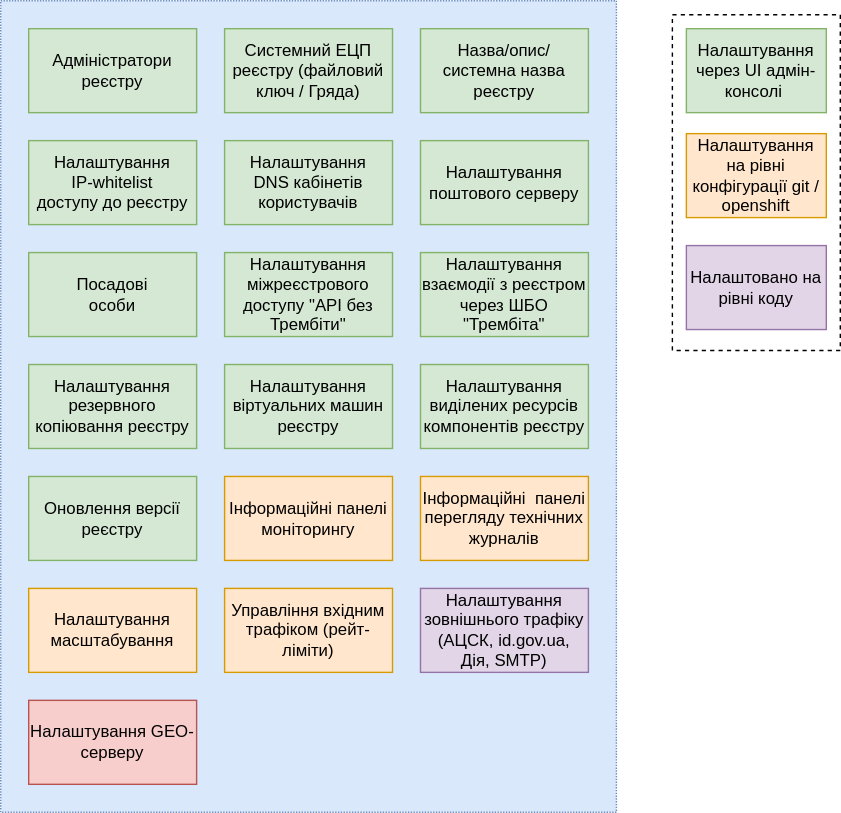
Before: docs/ua/modules/arch/images/architecture/platform/administrative/control-plane/registry-configuration-structure.drawio.svg, a diagram exported from draw.io (epam/edp-ddm-architecture). Source tidied: cells renumbered, new cells last; positions are measured from the earlier drawing's top-left corner, leaving out a move shared by most shapes.
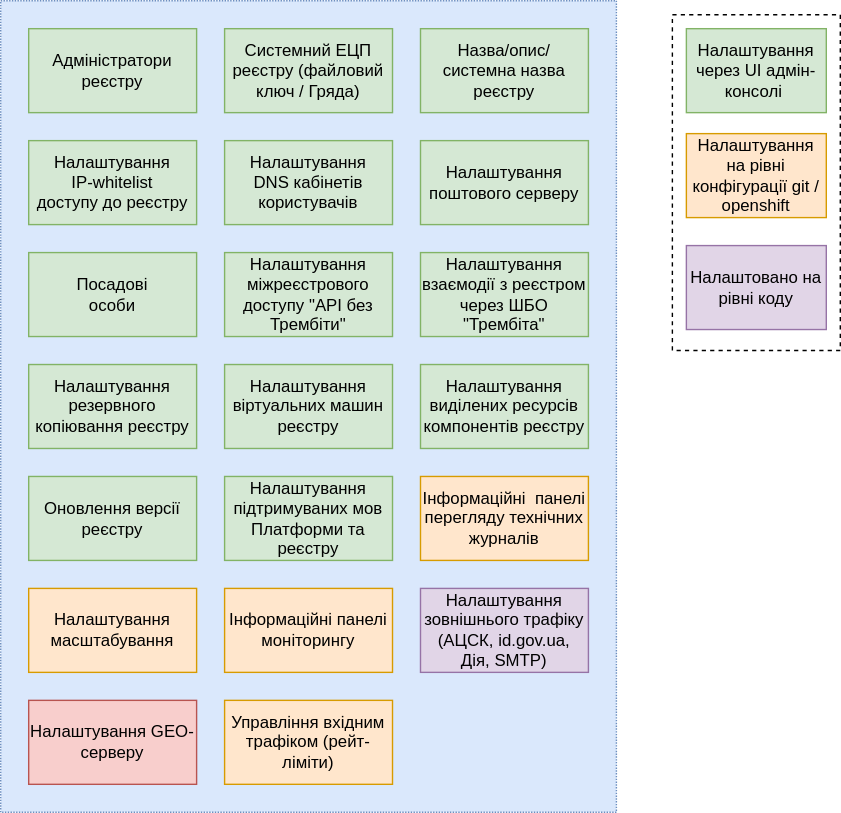
The same diagram one commit later.

Commit message:
[EDP-DDM-31285] Update documentation for user portals, registry/platform i18n configuration and redash dashboards

What changed in the source:
```diff
@@ -12,7 +12,7 @@
       <mxGeometry x="20" y="420" width="120" height="60" as="geometry" />
     </mxCell>
     <mxCell id="5" value="Управління вхідним трафіком (рейт-ліміти)" style="rounded=0;whiteSpace=wrap;html=1;fillColor=#ffe6cc;strokeColor=#d79b00;" parent="1" vertex="1">
-      <mxGeometry x="160" y="420" width="120" height="60" as="geometry" />
+      <mxGeometry x="160" y="500" width="120" height="60" as="geometry" />
     </mxCell>
     <mxCell id="6" value="Системний ЕЦП реєстру (файловий ключ / Гряда)" style="rounded=0;whiteSpace=wrap;html=1;fillColor=#d5e8d4;strokeColor=#82b366;" parent="1" vertex="1">
       <mxGeometry x="160" y="20" width="120" height="60" as="geometry" />
@@ -45,7 +45,7 @@
       <mxGeometry x="20" y="340" width="120" height="60" as="geometry" />
     </mxCell>
     <mxCell id="16" value="Інформаційні панелі моніторингу" style="rounded=0;whiteSpace=wrap;html=1;fillColor=#ffe6cc;strokeColor=#d79b00;" parent="1" vertex="1">
-      <mxGeometry x="160" y="340" width="120" height="60" as="geometry" />
+      <mxGeometry x="160" y="420" width="120" height="60" as="geometry" />
     </mxCell>
     <mxCell id="17" value="Інформаційні&amp;nbsp; панелі перегляду технічних журналів" style="rounded=0;whiteSpace=wrap;html=1;fillColor=#ffe6cc;strokeColor=#d79b00;" parent="1" vertex="1">
       <mxGeometry x="300" y="340" width="120" height="60" as="geometry" />
@@ -74,5 +74,8 @@
     <mxCell id="25" value="Налаштування виділених ресурсів компонентів реєстру" style="rounded=0;whiteSpace=wrap;html=1;fillColor=#d5e8d4;strokeColor=#82b366;" parent="1" vertex="1">
       <mxGeometry x="300" y="260" width="120" height="60" as="geometry" />
     </mxCell>
+    <mxCell id="26" value="Налаштування підтримуваних мов&lt;br&gt;Платформи та реєстру" style="rounded=0;whiteSpace=wrap;html=1;fillColor=#d5e8d4;strokeColor=#82b366;" parent="1" vertex="1">
+      <mxGeometry x="160" y="340" width="120" height="60" as="geometry" />
+    </mxCell>
   </root>
 </mxGraphModel>
```
